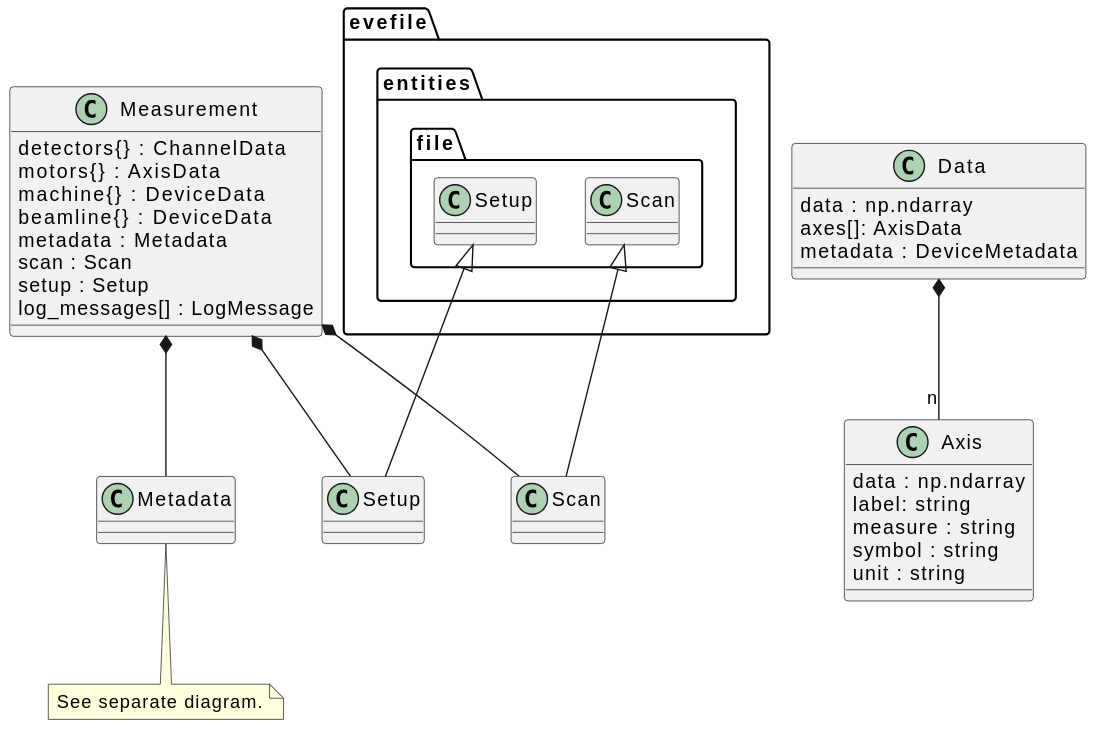
This is docs/uml/evedata.measurement.entities.measurement.svg from tillbiskup/evedata, a PlantUML export, as it was before one commit.
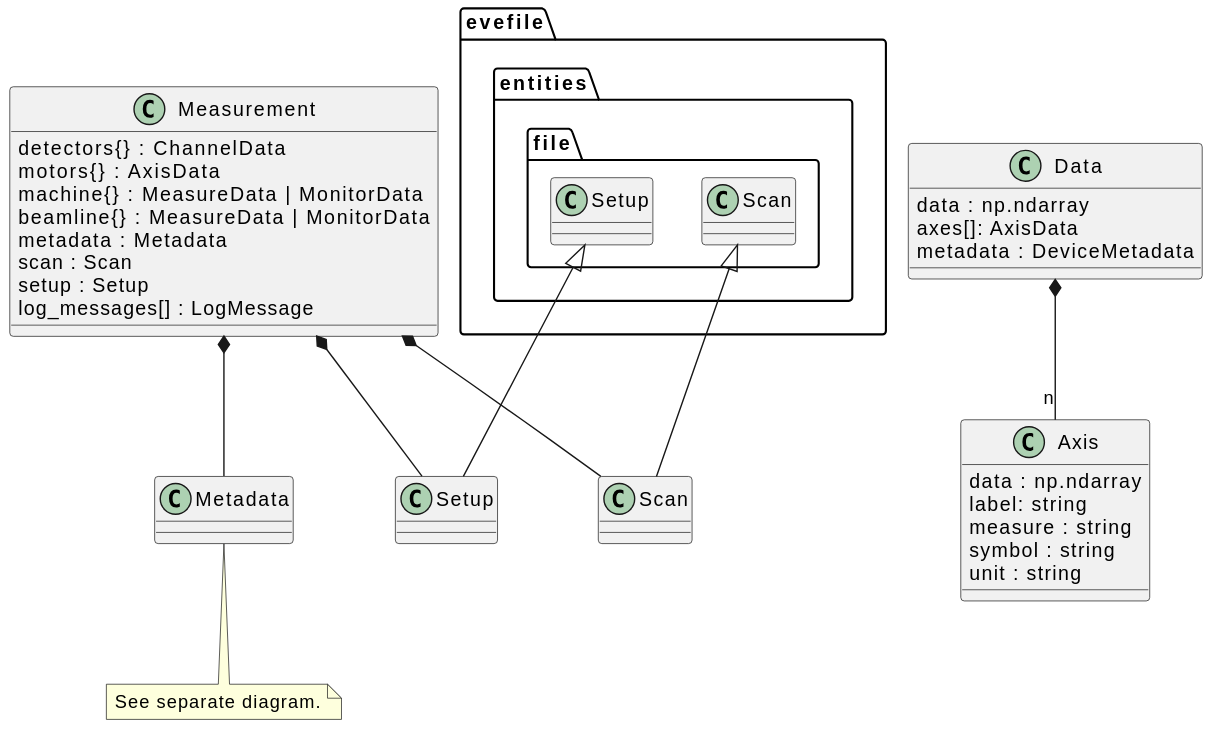
The same file after the commit.

The edit, as a diff of the source:
```diff
@@ -3,8 +3,8 @@
 class Measurement {
     detectors{} : ChannelData
     motors{} : AxisData
-    machine{} : DeviceData
-    beamline{} : DeviceData
+    machine{} : MeasureData | MonitorData
+    beamline{} : MeasureData | MonitorData
     metadata : Metadata
     scan : Scan
     setup : Setup
```
